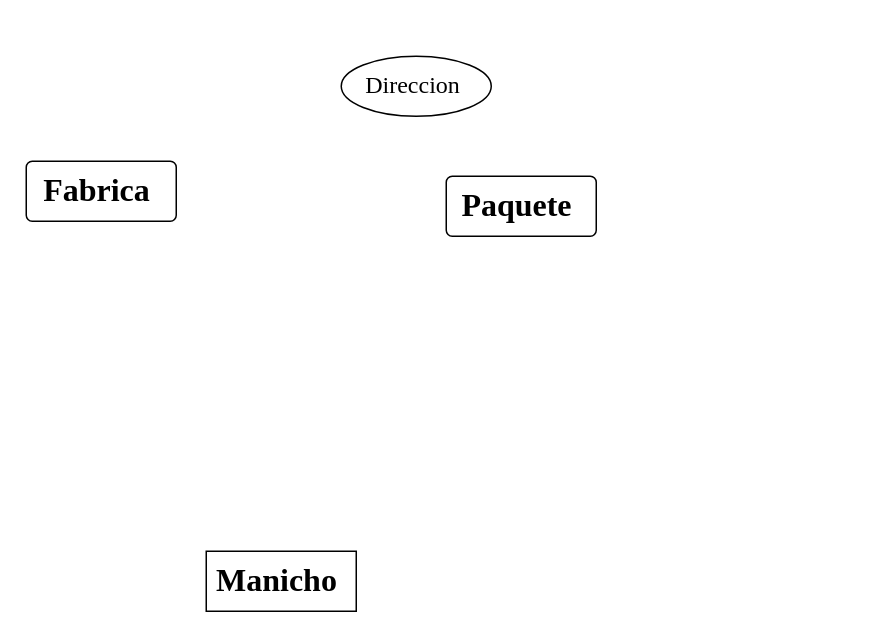
This is manicho.drawio from ByronCOR/ESTRUDATOS, a draw.io file, before an edit. Source tidied: cells renumbered, new cells numbered last; positions are measured from the earlier drawing's top-left corner, leaving out a move shared by most shapes. Both pictures are drawn from the tidied source at 150%, with x=0, y=0 at pixel (26, 56).
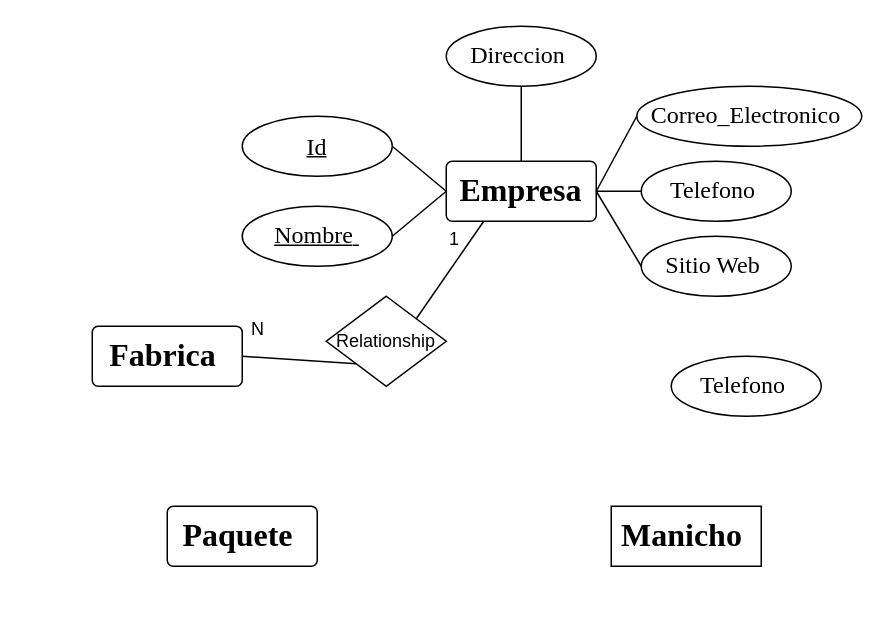
The same page after the edit.

The edit, as a diff of the source:
```diff
@@
     <mxCell id="2" value="&lt;span style=&quot;-webkit-user-drag: none; -webkit-tap-highlight-color: transparent; margin: 0px; padding: 0px; user-select: text; font-size: 16pt; text-align: left; white-space-collapse: preserve; background-color: rgb(255, 255, 255); line-height: 29.0625px; font-family: &amp;quot;Times New Roman&amp;quot;, &amp;quot;Times New Roman_EmbeddedFont&amp;quot;, &amp;quot;Times New Roman_MSFontService&amp;quot;, serif; font-weight: bold; font-variant-ligatures: none !important;&quot; class=&quot;TextRun SCXW74361464 BCX0&quot; lang=&quot;ES-ES&quot;&gt;&lt;span style=&quot;-webkit-user-drag: none; -webkit-tap-highlight-color: transparent; margin: 0px; padding: 0px; user-select: text;&quot; class=&quot;NormalTextRun SCXW74361464 BCX0&quot;&gt;Manicho&lt;/span&gt;&lt;/span&gt;&lt;span style=&quot;-webkit-user-drag: none; -webkit-tap-highlight-color: transparent; margin: 0px; padding: 0px; user-select: text; font-size: 16pt; text-align: left; white-space-collapse: preserve; background-color: rgb(255, 255, 255); line-height: 29.0625px; font-family: &amp;quot;Times New Roman&amp;quot;, &amp;quot;Times New Roman_EmbeddedFont&amp;quot;, &amp;quot;Times New Roman_MSFontService&amp;quot;, serif;&quot; class=&quot;EOP SCXW74361464 BCX0&quot;&gt;&amp;nbsp;&lt;/span&gt;" style="whiteSpace=wrap;html=1;align=center;" parent="1" vertex="1">
-      <mxGeometry x="120" y="330" width="100" height="40" as="geometry" />
+      <mxGeometry x="390" y="300" width="100" height="40" as="geometry" />
     </mxCell>
-    <mxCell id="3" value="&lt;span style=&quot;-webkit-user-drag: none; -webkit-tap-highlight-color: transparent; margin: 0px; padding: 0px; user-select: text; font-size: 16pt; text-align: left; white-space-collapse: preserve; background-color: rgb(255, 255, 255); line-height: 29.0625px; font-family: &amp;quot;Times New Roman&amp;quot;, &amp;quot;Times New Roman_EmbeddedFont&amp;quot;, &amp;quot;Times New Roman_MSFontService&amp;quot;, serif; font-weight: bold; font-variant-ligatures: none !important;&quot; class=&quot;TextRun SCXW238190948 BCX0&quot; lang=&quot;ES-ES&quot;&gt;&lt;span style=&quot;-webkit-user-drag: none; -webkit-tap-highlight-color: transparent; margin: 0px; padding: 0px; user-select: text;&quot; class=&quot;NormalTextRun SCXW238190948 BCX0&quot;&gt;Paquete&lt;/span&gt;&lt;/span&gt;&lt;span style=&quot;-webkit-user-drag: none; -webkit-tap-highlight-color: transparent; margin: 0px; padding: 0px; user-select: text; font-size: 16pt; text-align: left; white-space-collapse: preserve; background-color: rgb(255, 255, 255); line-height: 29.0625px; font-family: &amp;quot;Times New Roman&amp;quot;, &amp;quot;Times New Roman_EmbeddedFont&amp;quot;, &amp;quot;Times New Roman_MSFontService&amp;quot;, serif;&quot; class=&quot;EOP SCXW238190948 BCX0&quot;&gt;&amp;nbsp;&lt;/span&gt;" style="rounded=1;arcSize=10;whiteSpace=wrap;html=1;align=center;" parent="1" vertex="1">
-      <mxGeometry x="280" y="80" width="100" height="40" as="geometry" />
-    </mxCell>
-    <mxCell id="4" value="&lt;span style=&quot;-webkit-user-drag: none; -webkit-tap-highlight-color: transparent; margin: 0px; padding: 0px; user-select: text; font-size: 16pt; text-align: left; white-space-collapse: preserve; background-color: rgb(255, 255, 255); line-height: 29.0625px; font-family: &amp;quot;Times New Roman&amp;quot;, &amp;quot;Times New Roman_EmbeddedFont&amp;quot;, &amp;quot;Times New Roman_MSFontService&amp;quot;, serif; font-weight: bold; font-variant-ligatures: none !important;&quot; class=&quot;TextRun SCXW247055839 BCX0&quot; lang=&quot;ES-ES&quot;&gt;&lt;span style=&quot;-webkit-user-drag: none; -webkit-tap-highlight-color: transparent; margin: 0px; padding: 0px; user-select: text;&quot; class=&quot;NormalTextRun SCXW247055839 BCX0&quot;&gt;Fabrica&lt;/span&gt;&lt;/span&gt;&lt;span style=&quot;-webkit-user-drag: none; -webkit-tap-highlight-color: transparent; margin: 0px; padding: 0px; user-select: text; font-size: 16pt; text-align: left; white-space-collapse: preserve; background-color: rgb(255, 255, 255); line-height: 29.0625px; font-family: &amp;quot;Times New Roman&amp;quot;, &amp;quot;Times New Roman_EmbeddedFont&amp;quot;, &amp;quot;Times New Roman_MSFontService&amp;quot;, serif;&quot; class=&quot;EOP SCXW247055839 BCX0&quot;&gt;&amp;nbsp;&lt;/span&gt;" style="rounded=1;arcSize=10;whiteSpace=wrap;html=1;align=center;" parent="1" vertex="1">
-      <mxGeometry y="70" width="100" height="40" as="geometry" />
+    <mxCell id="4" value="&lt;span style=&quot;white-space-collapse: preserve; -webkit-user-drag: none; -webkit-tap-highlight-color: transparent; margin: 0px; padding: 0px; user-select: text; font-size: 16pt; text-align: left; background-color: rgb(255, 255, 255); line-height: 29.0625px; font-family: &amp;quot;Times New Roman&amp;quot;, &amp;quot;Times New Roman_EmbeddedFont&amp;quot;, &amp;quot;Times New Roman_MSFontService&amp;quot;, serif; font-weight: bold; font-variant-ligatures: none !important;&quot; class=&quot;TextRun SCXW247055839 BCX0&quot; lang=&quot;ES-ES&quot;&gt;&lt;span style=&quot;-webkit-user-drag: none; -webkit-tap-highlight-color: transparent; margin: 0px; padding: 0px; user-select: text;&quot; class=&quot;NormalTextRun SCXW247055839 BCX0&quot;&gt;Fabrica&lt;/span&gt;&lt;/span&gt;&lt;span style=&quot;white-space-collapse: preserve; -webkit-user-drag: none; -webkit-tap-highlight-color: transparent; margin: 0px; padding: 0px; user-select: text; font-size: 16pt; text-align: left; background-color: rgb(255, 255, 255); line-height: 29.0625px; font-family: &amp;quot;Times New Roman&amp;quot;, &amp;quot;Times New Roman_EmbeddedFont&amp;quot;, &amp;quot;Times New Roman_MSFontService&amp;quot;, serif;&quot; class=&quot;EOP SCXW247055839 BCX0&quot;&gt;&amp;nbsp;&lt;/span&gt;" style="rounded=1;arcSize=10;whiteSpace=wrap;html=1;align=center;" parent="1" vertex="1">
+      <mxGeometry x="44" y="180" width="100" height="40" as="geometry" />
     </mxCell>
     <mxCell id="5" value="&lt;span style=&quot;-webkit-user-drag: none; -webkit-tap-highlight-color: transparent; margin: 0px; padding: 0px; user-select: text; font-size: 12pt; text-align: left; white-space-collapse: preserve; background-color: rgb(255, 255, 255); line-height: 20.925px; font-family: &amp;quot;Times New Roman&amp;quot;, &amp;quot;Times New Roman_EmbeddedFont&amp;quot;, &amp;quot;Times New Roman_MSFontService&amp;quot;, serif; font-variant-ligatures: none !important;&quot; class=&quot;TextRun SCXW205281386 BCX0&quot; lang=&quot;ES-ES&quot;&gt;&lt;span style=&quot;-webkit-user-drag: none; -webkit-tap-highlight-color: transparent; margin: 0px; padding: 0px; user-select: text;&quot; class=&quot;NormalTextRun SCXW205281386 BCX0&quot;&gt;Direccion&lt;/span&gt;&lt;/span&gt;&lt;span style=&quot;-webkit-user-drag: none; -webkit-tap-highlight-color: transparent; margin: 0px; padding: 0px; user-select: text; font-size: 12pt; text-align: left; white-space-collapse: preserve; background-color: rgb(255, 255, 255); line-height: 20.925px; font-family: &amp;quot;Times New Roman&amp;quot;, &amp;quot;Times New Roman_EmbeddedFont&amp;quot;, &amp;quot;Times New Roman_MSFontService&amp;quot;, serif;&quot; class=&quot;EOP SCXW205281386 BCX0&quot;&gt;&amp;nbsp;&lt;/span&gt;" style="ellipse;whiteSpace=wrap;html=1;align=center;" parent="1" vertex="1">
-      <mxGeometry x="210" width="100" height="40" as="geometry" />
+      <mxGeometry x="280" y="-20" width="100" height="40" as="geometry" />
     </mxCell>
+    <mxCell id="6" value="&lt;span style=&quot;white-space-collapse: preserve; -webkit-user-drag: none; -webkit-tap-highlight-color: transparent; margin: 0px; padding: 0px; user-select: text; font-size: 12pt; text-align: left; background-color: rgb(255, 255, 255); line-height: 20.925px; font-family: &amp;quot;Times New Roman&amp;quot;, &amp;quot;Times New Roman_EmbeddedFont&amp;quot;, &amp;quot;Times New Roman_MSFontService&amp;quot;, serif; font-variant-ligatures: none !important;&quot; class=&quot;TextRun SCXW36258170 BCX0&quot; lang=&quot;ES-ES&quot;&gt;&lt;span style=&quot;-webkit-user-drag: none; -webkit-tap-highlight-color: transparent; margin: 0px; padding: 0px; user-select: text;&quot; class=&quot;NormalTextRun SCXW36258170 BCX0&quot;&gt;Telefono&lt;/span&gt;&lt;/span&gt;&lt;span style=&quot;white-space-collapse: preserve; -webkit-user-drag: none; -webkit-tap-highlight-color: transparent; margin: 0px; padding: 0px; user-select: text; font-size: 12pt; text-align: left; background-color: rgb(255, 255, 255); line-height: 20.925px; font-family: &amp;quot;Times New Roman&amp;quot;, &amp;quot;Times New Roman_EmbeddedFont&amp;quot;, &amp;quot;Times New Roman_MSFontService&amp;quot;, serif;&quot; class=&quot;EOP SCXW36258170 BCX0&quot;&gt;&amp;nbsp;&lt;/span&gt;" style="ellipse;whiteSpace=wrap;html=1;align=center;" parent="1" vertex="1">
+      <mxGeometry x="410" y="70" width="100" height="40" as="geometry" />
+    </mxCell>
+    <mxCell id="7" value="&lt;span style=&quot;-webkit-user-drag: none; -webkit-tap-highlight-color: transparent; margin: 0px; padding: 0px; user-select: text; font-size: 12pt; text-align: left; white-space-collapse: preserve; background-color: rgb(255, 255, 255); line-height: 20.925px; font-family: &amp;quot;Times New Roman&amp;quot;, &amp;quot;Times New Roman_EmbeddedFont&amp;quot;, &amp;quot;Times New Roman_MSFontService&amp;quot;, serif; font-variant-ligatures: none !important;&quot; class=&quot;TextRun SCXW66693888 BCX0&quot; lang=&quot;ES-ES&quot;&gt;&lt;span style=&quot;-webkit-user-drag: none; -webkit-tap-highlight-color: transparent; margin: 0px; padding: 0px; user-select: text;&quot; class=&quot;NormalTextRun SCXW66693888 BCX0&quot;&gt;Nombre&lt;/span&gt;&lt;/span&gt;&lt;span style=&quot;-webkit-user-drag: none; -webkit-tap-highlight-color: transparent; margin: 0px; padding: 0px; user-select: text; font-size: 12pt; text-align: left; white-space-collapse: preserve; background-color: rgb(255, 255, 255); line-height: 20.925px; font-family: &amp;quot;Times New Roman&amp;quot;, &amp;quot;Times New Roman_EmbeddedFont&amp;quot;, &amp;quot;Times New Roman_MSFontService&amp;quot;, serif;&quot; class=&quot;EOP SCXW66693888 BCX0&quot;&gt;&amp;nbsp;&lt;/span&gt;" style="ellipse;whiteSpace=wrap;html=1;align=center;fontStyle=4;" parent="1" vertex="1">
+      <mxGeometry x="144" y="100" width="100" height="40" as="geometry" />
+    </mxCell>
+    <mxCell id="8" style="endArrow=none;html=1;rounded=0;exitX=0.5;exitY=1;exitDx=0;exitDy=0;entryX=0.5;entryY=0;entryDx=0;entryDy=0;" parent="1" edge="1" source="5" target="12">
+      <mxGeometry relative="1" as="geometry" />
+    </mxCell>
+    <mxCell id="9" style="endArrow=none;html=1;rounded=0;exitX=1;exitY=0.5;exitDx=0;exitDy=0;entryX=0;entryY=0.5;entryDx=0;entryDy=0;" parent="1" edge="1" source="7" target="12">
+      <mxGeometry relative="1" as="geometry" />
+    </mxCell>
+    <mxCell id="3" value="&lt;span style=&quot;-webkit-user-drag: none; -webkit-tap-highlight-color: transparent; margin: 0px; padding: 0px; user-select: text; font-size: 16pt; text-align: left; white-space-collapse: preserve; background-color: rgb(255, 255, 255); line-height: 29.0625px; font-family: &amp;quot;Times New Roman&amp;quot;, &amp;quot;Times New Roman_EmbeddedFont&amp;quot;, &amp;quot;Times New Roman_MSFontService&amp;quot;, serif; font-weight: bold; font-variant-ligatures: none !important;&quot; class=&quot;TextRun SCXW238190948 BCX0&quot; lang=&quot;ES-ES&quot;&gt;&lt;span style=&quot;-webkit-user-drag: none; -webkit-tap-highlight-color: transparent; margin: 0px; padding: 0px; user-select: text;&quot; class=&quot;NormalTextRun SCXW238190948 BCX0&quot;&gt;Paquete&lt;/span&gt;&lt;/span&gt;&lt;span style=&quot;-webkit-user-drag: none; -webkit-tap-highlight-color: transparent; margin: 0px; padding: 0px; user-select: text; font-size: 16pt; text-align: left; white-space-collapse: preserve; background-color: rgb(255, 255, 255); line-height: 29.0625px; font-family: &amp;quot;Times New Roman&amp;quot;, &amp;quot;Times New Roman_EmbeddedFont&amp;quot;, &amp;quot;Times New Roman_MSFontService&amp;quot;, serif;&quot; class=&quot;EOP SCXW238190948 BCX0&quot;&gt;&amp;nbsp;&lt;/span&gt;" style="rounded=1;arcSize=10;whiteSpace=wrap;html=1;align=center;" parent="1" vertex="1">
+      <mxGeometry x="94" y="300" width="100" height="40" as="geometry" />
+    </mxCell>
+    <mxCell id="10" value="&lt;span style=&quot;-webkit-user-drag: none; -webkit-tap-highlight-color: transparent; margin: 0px; padding: 0px; user-select: text; font-size: 12pt; text-align: left; white-space-collapse: preserve; background-color: rgb(255, 255, 255); line-height: 20.925px; font-family: &amp;quot;Times New Roman&amp;quot;, &amp;quot;Times New Roman_EmbeddedFont&amp;quot;, &amp;quot;Times New Roman_MSFontService&amp;quot;, serif; font-variant-ligatures: none !important;&quot; class=&quot;TextRun SCXW69814280 BCX0&quot; lang=&quot;ES-ES&quot;&gt;&lt;span style=&quot;-webkit-user-drag: none; -webkit-tap-highlight-color: transparent; margin: 0px; padding: 0px; user-select: text;&quot; class=&quot;NormalTextRun SCXW69814280 BCX0&quot;&gt;Sitio Web&lt;/span&gt;&lt;/span&gt;&lt;span style=&quot;-webkit-user-drag: none; -webkit-tap-highlight-color: transparent; margin: 0px; padding: 0px; user-select: text; font-size: 12pt; text-align: left; white-space-collapse: preserve; background-color: rgb(255, 255, 255); line-height: 20.925px; font-family: &amp;quot;Times New Roman&amp;quot;, &amp;quot;Times New Roman_EmbeddedFont&amp;quot;, &amp;quot;Times New Roman_MSFontService&amp;quot;, serif;&quot; class=&quot;EOP SCXW69814280 BCX0&quot;&gt;&amp;nbsp;&lt;/span&gt;" style="ellipse;whiteSpace=wrap;html=1;align=center;" parent="1" vertex="1">
+      <mxGeometry x="410" y="120" width="100" height="40" as="geometry" />
+    </mxCell>
+    <mxCell id="11" value="&lt;span style=&quot;-webkit-user-drag: none; -webkit-tap-highlight-color: transparent; margin: 0px; padding: 0px; user-select: text; font-size: 12pt; text-align: left; white-space-collapse: preserve; background-color: rgb(255, 255, 255); line-height: 20.925px; font-family: &amp;quot;Times New Roman&amp;quot;, &amp;quot;Times New Roman_EmbeddedFont&amp;quot;, &amp;quot;Times New Roman_MSFontService&amp;quot;, serif; font-variant-ligatures: none !important;&quot; class=&quot;TextRun SCXW36258170 BCX0&quot; lang=&quot;ES-ES&quot;&gt;&lt;span style=&quot;-webkit-user-drag: none; -webkit-tap-highlight-color: transparent; margin: 0px; padding: 0px; user-select: text;&quot; class=&quot;NormalTextRun SCXW36258170 BCX0&quot;&gt;Telefono&lt;/span&gt;&lt;/span&gt;&lt;span style=&quot;-webkit-user-drag: none; -webkit-tap-highlight-color: transparent; margin: 0px; padding: 0px; user-select: text; font-size: 12pt; text-align: left; white-space-collapse: preserve; background-color: rgb(255, 255, 255); line-height: 20.925px; font-family: &amp;quot;Times New Roman&amp;quot;, &amp;quot;Times New Roman_EmbeddedFont&amp;quot;, &amp;quot;Times New Roman_MSFontService&amp;quot;, serif;&quot; class=&quot;EOP SCXW36258170 BCX0&quot;&gt;&amp;nbsp;&lt;/span&gt;" style="ellipse;whiteSpace=wrap;html=1;align=center;" parent="1" vertex="1">
+      <mxGeometry x="430" y="200" width="100" height="40" as="geometry" />
+    </mxCell>
+    <mxCell id="12" value="&lt;div style=&quot;text-align: left;&quot;&gt;&lt;font face=&quot;Times New Roman, Times New Roman_EmbeddedFont, Times New Roman_MSFontService, serif&quot;&gt;&lt;span style=&quot;font-size: 21.3333px; font-variant-ligatures: none; white-space-collapse: preserve; background-color: rgb(255, 255, 255);&quot;&gt;&lt;b&gt;Empresa&lt;/b&gt;&lt;/span&gt;&lt;/font&gt;&lt;/div&gt;" style="rounded=1;arcSize=10;whiteSpace=wrap;html=1;align=center;" parent="1" vertex="1">
+      <mxGeometry x="280" y="70" width="100" height="40" as="geometry" />
+    </mxCell>
+    <mxCell id="13" value="&lt;span style=&quot;-webkit-user-drag: none; -webkit-tap-highlight-color: transparent; margin: 0px; padding: 0px; user-select: text; font-size: 12pt; text-align: left; white-space-collapse: preserve; background-color: rgb(255, 255, 255); line-height: 20.925px; font-family: &amp;quot;Times New Roman&amp;quot;, &amp;quot;Times New Roman_EmbeddedFont&amp;quot;, &amp;quot;Times New Roman_MSFontService&amp;quot;, serif; font-variant-ligatures: none !important;&quot; class=&quot;TextRun SCXW17184764 BCX0&quot; lang=&quot;ES-ES&quot;&gt;&lt;span style=&quot;-webkit-user-drag: none; -webkit-tap-highlight-color: transparent; margin: 0px; padding: 0px; user-select: text;&quot; class=&quot;NormalTextRun SCXW17184764 BCX0&quot;&gt;Correo&lt;/span&gt;&lt;span style=&quot;-webkit-user-drag: none; -webkit-tap-highlight-color: transparent; margin: 0px; padding: 0px; user-select: text;&quot; class=&quot;NormalTextRun SCXW17184764 BCX0&quot;&gt;_Electronico&lt;/span&gt;&lt;/span&gt;&lt;span style=&quot;-webkit-user-drag: none; -webkit-tap-highlight-color: transparent; margin: 0px; padding: 0px; user-select: text; font-size: 12pt; text-align: left; white-space-collapse: preserve; background-color: rgb(255, 255, 255); line-height: 20.925px; font-family: &amp;quot;Times New Roman&amp;quot;, &amp;quot;Times New Roman_EmbeddedFont&amp;quot;, &amp;quot;Times New Roman_MSFontService&amp;quot;, serif;&quot; class=&quot;EOP SCXW17184764 BCX0&quot;&gt;&amp;nbsp;&lt;/span&gt;" style="ellipse;whiteSpace=wrap;html=1;align=center;" parent="1" vertex="1">
+      <mxGeometry x="407" y="20" width="150" height="40" as="geometry" />
+    </mxCell>
+    <mxCell id="14" value="&lt;div style=&quot;text-align: left;&quot;&gt;&lt;font face=&quot;Times New Roman, Times New Roman_EmbeddedFont, Times New Roman_MSFontService, serif&quot;&gt;&lt;span style=&quot;font-size: 16px; font-variant-ligatures: none; white-space-collapse: preserve; background-color: rgb(255, 255, 255);&quot;&gt;Id&lt;/span&gt;&lt;/font&gt;&lt;/div&gt;" style="ellipse;whiteSpace=wrap;html=1;align=center;fontStyle=4;" parent="1" vertex="1">
+      <mxGeometry x="144" y="40" width="100" height="40" as="geometry" />
+    </mxCell>
+    <mxCell id="15" style="endArrow=none;html=1;rounded=0;exitX=1;exitY=0.5;exitDx=0;exitDy=0;entryX=0;entryY=0.5;entryDx=0;entryDy=0;" parent="1" edge="1" source="14" target="12">
+      <mxGeometry relative="1" as="geometry" />
+    </mxCell>
+    <mxCell id="16" style="endArrow=none;html=1;rounded=0;exitX=0;exitY=0.5;exitDx=0;exitDy=0;entryX=1;entryY=0.5;entryDx=0;entryDy=0;" parent="1" edge="1" source="13" target="12">
+      <mxGeometry relative="1" as="geometry" />
+    </mxCell>
+    <mxCell id="17" style="endArrow=none;html=1;rounded=0;exitX=0;exitY=0.5;exitDx=0;exitDy=0;entryX=1;entryY=0.5;entryDx=0;entryDy=0;" parent="1" edge="1" source="6" target="12">
+      <mxGeometry relative="1" as="geometry" />
+    </mxCell>
+    <mxCell id="18" style="endArrow=none;html=1;rounded=0;exitX=0;exitY=0.5;exitDx=0;exitDy=0;" parent="1" edge="1" source="10">
+      <mxGeometry relative="1" as="geometry">
+        <mxPoint x="380" y="90" as="targetPoint" />
+      </mxGeometry>
+    </mxCell>
+    <mxCell id="19" value="Relationship" style="shape=rhombus;perimeter=rhombusPerimeter;whiteSpace=wrap;html=1;align=center;" parent="1" vertex="1">
+      <mxGeometry x="200" y="160" width="80" height="60" as="geometry" />
+    </mxCell>
+    <mxCell id="20" style="endArrow=none;html=1;rounded=0;exitX=1;exitY=0;exitDx=0;exitDy=0;entryX=0.25;entryY=1;entryDx=0;entryDy=0;" parent="1" edge="1" source="19" target="12">
+      <mxGeometry relative="1" as="geometry" />
+    </mxCell>
+    <mxCell id="21" value="1" style="html=1;whiteSpace=wrap;align=right;verticalAlign=bottom;" parent="20" vertex="1">
+      <mxGeometry x="1" relative="1" as="geometry">
+        <mxPoint x="-15" y="20" as="offset" />
+      </mxGeometry>
+    </mxCell>
+    <mxCell id="22" style="endArrow=none;html=1;rounded=0;exitX=0;exitY=1;exitDx=0;exitDy=0;entryX=1;entryY=0.5;entryDx=0;entryDy=0;" parent="1" edge="1" source="19" target="4">
+      <mxGeometry relative="1" as="geometry" />
+    </mxCell>
+    <mxCell id="23" value="N" style="html=1;whiteSpace=wrap;align=right;verticalAlign=bottom;" parent="22" vertex="1">
+      <mxGeometry x="1" relative="1" as="geometry">
+        <mxPoint x="16" y="-10" as="offset" />
+      </mxGeometry>
+    </mxCell>
```
